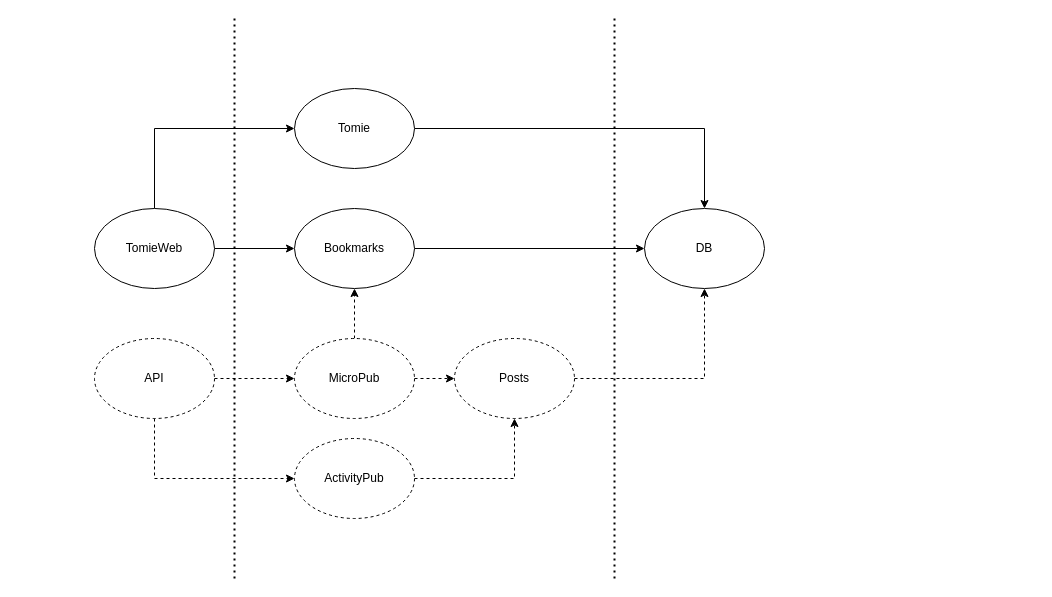
This is docs/arch.drawio from inhji/tomie_mirror, a draw.io file, before an edit. Source tidied: cells renumbered, new cells numbered last; positions are measured from the earlier drawing's top-left corner, leaving out a move shared by most shapes. Both pictures are drawn from the tidied source at 100%, with x=0, y=0 at pixel (94, 18).
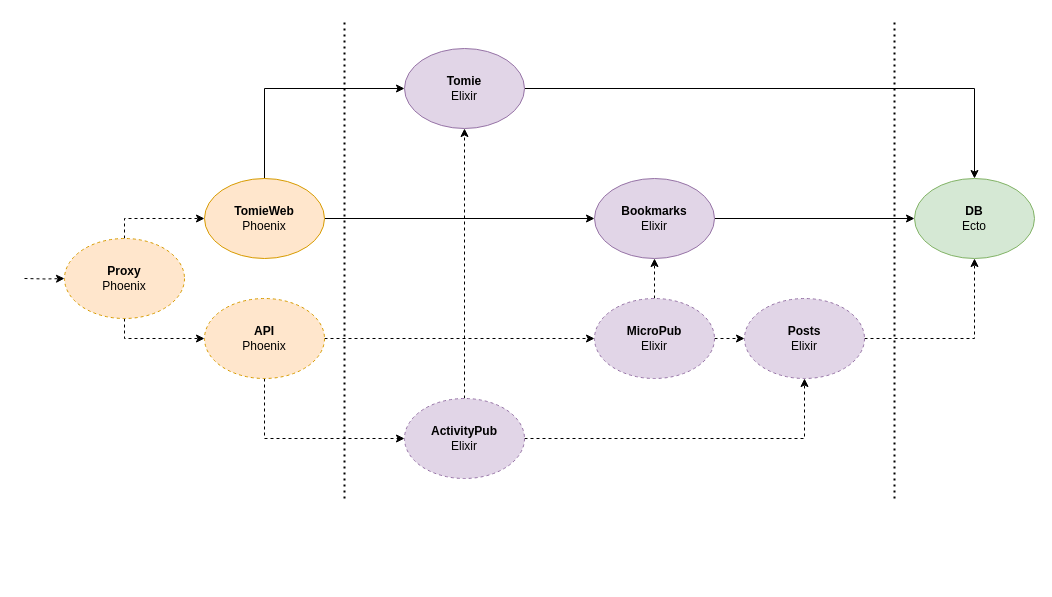
After the change.

Commit message (it also covers changes not shown here):
Dateien hochladen nach „docs“

Diff of the diagram source:
```diff
@@
-    <mxCell id="4" value="TomieWeb" style="ellipse;whiteSpace=wrap;html=1;" parent="1" vertex="1">
-      <mxGeometry y="190" width="120" height="80" as="geometry" />
+    <mxCell id="4" value="&lt;div&gt;&lt;b&gt;TomieWeb&lt;/b&gt;&lt;/div&gt;Phoenix" style="ellipse;whiteSpace=wrap;html=1;fillColor=#ffe6cc;strokeColor=#d79b00;" parent="1" vertex="1">
+      <mxGeometry x="110" y="160" width="120" height="80" as="geometry" />
     </mxCell>
@@
-    <mxCell id="6" value="Tomie" style="ellipse;whiteSpace=wrap;html=1;" parent="1" vertex="1">
-      <mxGeometry x="200" y="70" width="120" height="80" as="geometry" />
+    <mxCell id="6" value="&lt;div&gt;&lt;b&gt;Tomie&lt;/b&gt;&lt;/div&gt;&lt;div&gt;Elixir&lt;br&gt;&lt;b&gt;&lt;/b&gt;&lt;/div&gt;" style="ellipse;whiteSpace=wrap;html=1;fillColor=#e1d5e7;strokeColor=#9673a6;" parent="1" vertex="1">
+      <mxGeometry x="310" y="30" width="120" height="80" as="geometry" />
     </mxCell>
@@
-    <mxCell id="8" value="Bookmarks" style="ellipse;whiteSpace=wrap;html=1;" parent="1" vertex="1">
-      <mxGeometry x="200" y="190" width="120" height="80" as="geometry" />
+    <mxCell id="8" value="&lt;div&gt;&lt;b&gt;Bookmarks&lt;/b&gt;&lt;/div&gt;&lt;div&gt;Elixir&lt;br&gt;&lt;/div&gt;" style="ellipse;whiteSpace=wrap;html=1;fillColor=#e1d5e7;strokeColor=#9673a6;" parent="1" vertex="1">
+      <mxGeometry x="500" y="160" width="120" height="80" as="geometry" />
     </mxCell>
-    <mxCell id="9" value="DB" style="ellipse;whiteSpace=wrap;html=1;" parent="1" vertex="1">
-      <mxGeometry x="550" y="190" width="120" height="80" as="geometry" />
+    <mxCell id="9" value="&lt;div&gt;&lt;b&gt;DB&lt;/b&gt;&lt;/div&gt;&lt;div&gt;Ecto&lt;br&gt;&lt;/div&gt;" style="ellipse;whiteSpace=wrap;html=1;fillColor=#d5e8d4;strokeColor=#82b366;" parent="1" vertex="1">
+      <mxGeometry x="820" y="160" width="120" height="80" as="geometry" />
     </mxCell>
     <mxCell id="10" style="endArrow=none;dashed=1;html=1;dashPattern=1 2;strokeWidth=2;" parent="1" edge="1">
       <mxGeometry relative="1" as="geometry">
-        <mxPoint x="140" y="560" as="sourcePoint" />
-        <mxPoint x="140" as="targetPoint" />
+        <mxPoint x="250" y="480" as="sourcePoint" />
+        <mxPoint x="250" as="targetPoint" />
       </mxGeometry>
     </mxCell>
     <mxCell id="11" style="endArrow=none;dashed=1;html=1;dashPattern=1 2;strokeWidth=2;" parent="1" edge="1">
       <mxGeometry relative="1" as="geometry">
-        <mxPoint x="520" y="560" as="sourcePoint" />
-        <mxPoint x="520" as="targetPoint" />
+        <mxPoint x="800" y="480" as="sourcePoint" />
+        <mxPoint x="800" as="targetPoint" />
       </mxGeometry>
     </mxCell>
@@
-    <mxCell id="14" value="MicroPub" style="ellipse;whiteSpace=wrap;html=1;dashed=1;" parent="1" vertex="1">
-      <mxGeometry x="200" y="320" width="120" height="80" as="geometry" />
+    <mxCell id="14" value="&lt;div&gt;&lt;b&gt;MicroPub&lt;/b&gt;&lt;/div&gt;Elixir" style="ellipse;whiteSpace=wrap;html=1;dashed=1;fillColor=#e1d5e7;strokeColor=#9673a6;" parent="1" vertex="1">
+      <mxGeometry x="500" y="280" width="120" height="80" as="geometry" />
     </mxCell>
@@
-    <mxCell id="16" value="Posts" style="ellipse;whiteSpace=wrap;html=1;dashed=1;" parent="1" vertex="1">
-      <mxGeometry x="360" y="320" width="120" height="80" as="geometry" />
+    <mxCell id="16" value="&lt;div&gt;&lt;b&gt;Posts&lt;/b&gt;&lt;/div&gt;&lt;div&gt;Elixir&lt;b&gt;&lt;br&gt;&lt;/b&gt;&lt;/div&gt;" style="ellipse;whiteSpace=wrap;html=1;dashed=1;fillColor=#e1d5e7;strokeColor=#9673a6;" parent="1" vertex="1">
+      <mxGeometry x="650" y="280" width="120" height="80" as="geometry" />
     </mxCell>
@@
-    <mxCell id="19" value="API" style="ellipse;whiteSpace=wrap;html=1;dashed=1;" parent="1" vertex="1">
-      <mxGeometry y="320" width="120" height="80" as="geometry" />
+    <mxCell id="19" value="&lt;div&gt;&lt;b&gt;API&lt;/b&gt;&lt;/div&gt;Phoenix" style="ellipse;whiteSpace=wrap;html=1;dashed=1;fillColor=#ffe6cc;strokeColor=#d79b00;" parent="1" vertex="1">
+      <mxGeometry x="110" y="280" width="120" height="80" as="geometry" />
     </mxCell>
@@
+    <mxCell id="22" style="edgeStyle=orthogonalEdgeStyle;rounded=0;jettySize=auto;html=1;exitX=0.5;exitY=0;exitDx=0;exitDy=0;entryX=0.5;entryY=1;entryDx=0;entryDy=0;dashed=1;" parent="1" edge="1" source="21" target="6">
+      <mxGeometry relative="1" as="geometry" />
+    </mxCell>
-    <mxCell id="21" value="ActivityPub" style="ellipse;whiteSpace=wrap;html=1;dashed=1;" parent="1" vertex="1">
-      <mxGeometry x="200" y="420" width="120" height="80" as="geometry" />
+    <mxCell id="21" value="&lt;div&gt;&lt;b&gt;ActivityPub&lt;/b&gt;&lt;/div&gt;&lt;div&gt;Elixir&lt;br&gt;&lt;/div&gt;" style="ellipse;whiteSpace=wrap;html=1;dashed=1;fillColor=#e1d5e7;strokeColor=#9673a6;" parent="1" vertex="1">
+      <mxGeometry x="310" y="380" width="120" height="80" as="geometry" />
     </mxCell>
+    <mxCell id="23" style="edgeStyle=orthogonalEdgeStyle;rounded=0;jettySize=auto;html=1;exitX=0.5;exitY=0;exitDx=0;exitDy=0;entryX=0;entryY=0.5;entryDx=0;entryDy=0;dashed=1;" parent="1" edge="1" source="26" target="4">
+      <mxGeometry relative="1" as="geometry" />
+    </mxCell>
+    <mxCell id="24" style="edgeStyle=orthogonalEdgeStyle;rounded=0;jettySize=auto;html=1;exitX=0.5;exitY=1;exitDx=0;exitDy=0;entryX=0;entryY=0.5;entryDx=0;entryDy=0;dashed=1;" parent="1" edge="1" source="26" target="19">
+      <mxGeometry relative="1" as="geometry" />
+    </mxCell>
+    <mxCell id="25" style="edgeStyle=orthogonalEdgeStyle;rounded=0;jettySize=auto;html=1;dashed=1;entryX=0;entryY=0.5;entryDx=0;entryDy=0;" parent="1" edge="1" target="26">
+      <mxGeometry relative="1" as="geometry">
+        <mxPoint x="-70" y="260" as="sourcePoint" />
+      </mxGeometry>
+    </mxCell>
+    <mxCell id="26" value="&lt;div&gt;&lt;b&gt;Proxy&lt;/b&gt;&lt;/div&gt;Phoenix" style="ellipse;whiteSpace=wrap;html=1;dashed=1;fillColor=#ffe6cc;strokeColor=#d79b00;" parent="1" vertex="1">
+      <mxGeometry x="-30" y="220" width="120" height="80" as="geometry" />
+    </mxCell>
```
